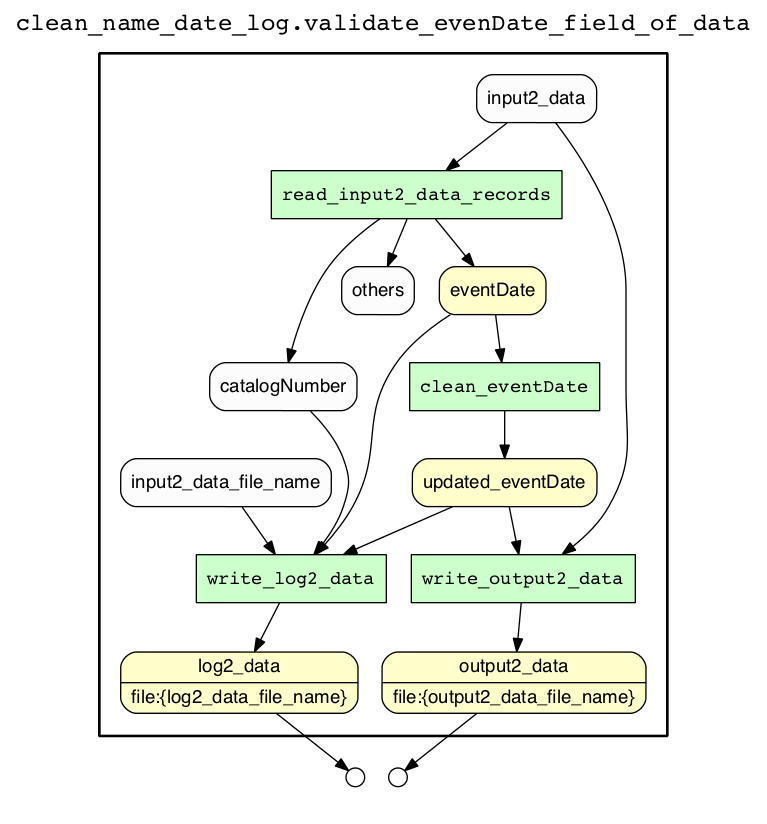
Above: yw/subgraph_date_val.png in ludaesch/kurator-YW (Graphviz), before the change. Its source is kept beside it as yw/subgraph_date_val.gv.
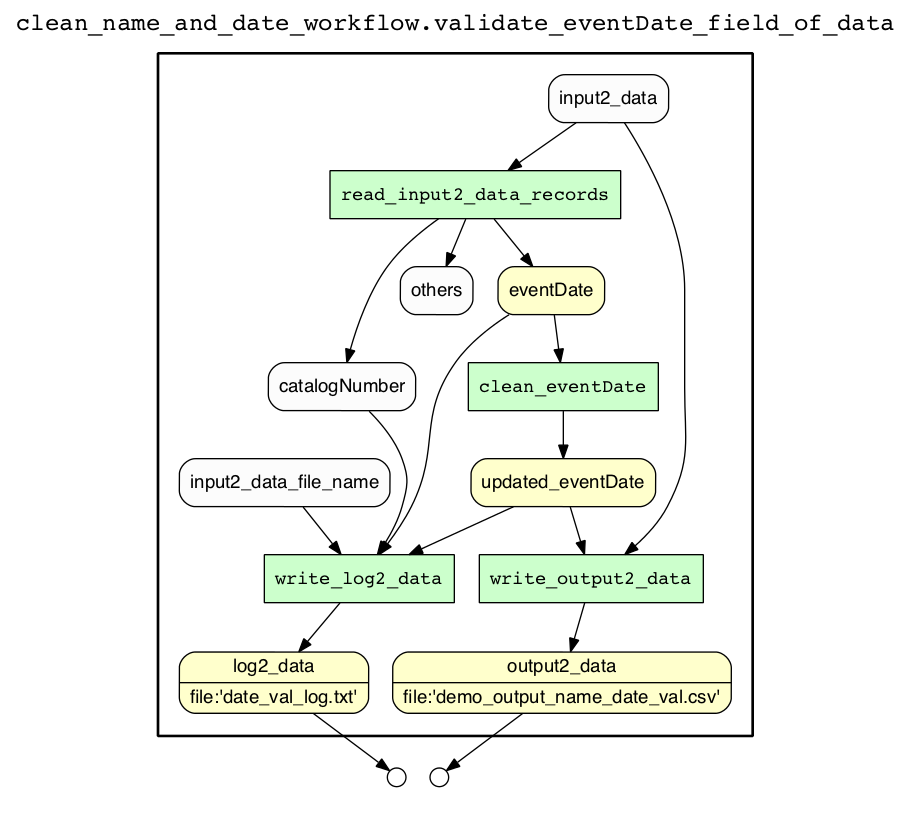
After the commit.

Diff of the diagram source:
```diff
@@ -1,7 +1,7 @@
 digraph Workflow {
 rankdir=TB
 fontname=Courier; fontsize=18; labelloc=t
-label="clean_name_date_log.validate_evenDate_field_of_data"
+label="clean_name_and_date_workflow.validate_eventDate_field_of_data"
 subgraph cluster_workflow_box_outer { label=""; color=black; penwidth=2
 subgraph cluster_workflow_box_inner { label=""; color=white
 node[shape=box style=filled fillcolor="#CCFFCC" peripheries=1 fontname=Courier]
@@ -10,8 +10,8 @@
 write_log2_data
 write_output2_data
 node[shape=box style="rounded,filled" fillcolor="#FFFFCC" peripheries=1 fontname=Helvetica]
-output2_data [shape=record rankdir=LR label="{<f0> output2_data |<f1> file\:\{output2_data_file_name\}}"];
-log2_data [shape=record rankdir=LR label="{<f0> log2_data |<f1> file\:\{log2_data_file_name\}}"];
+output2_data [shape=record rankdir=LR label="{<f0> output2_data |<f1> file\:'demo_output_name_date_val.csv'}"];
+log2_data [shape=record rankdir=LR label="{<f0> log2_data |<f1> file\:'date_val_log.txt'}"];
 eventDate
 updated_eventDate
 node[shape=box style="rounded,filled" fillcolor="#FCFCFC" peripheries=1 fontname=Helvetica]
```
